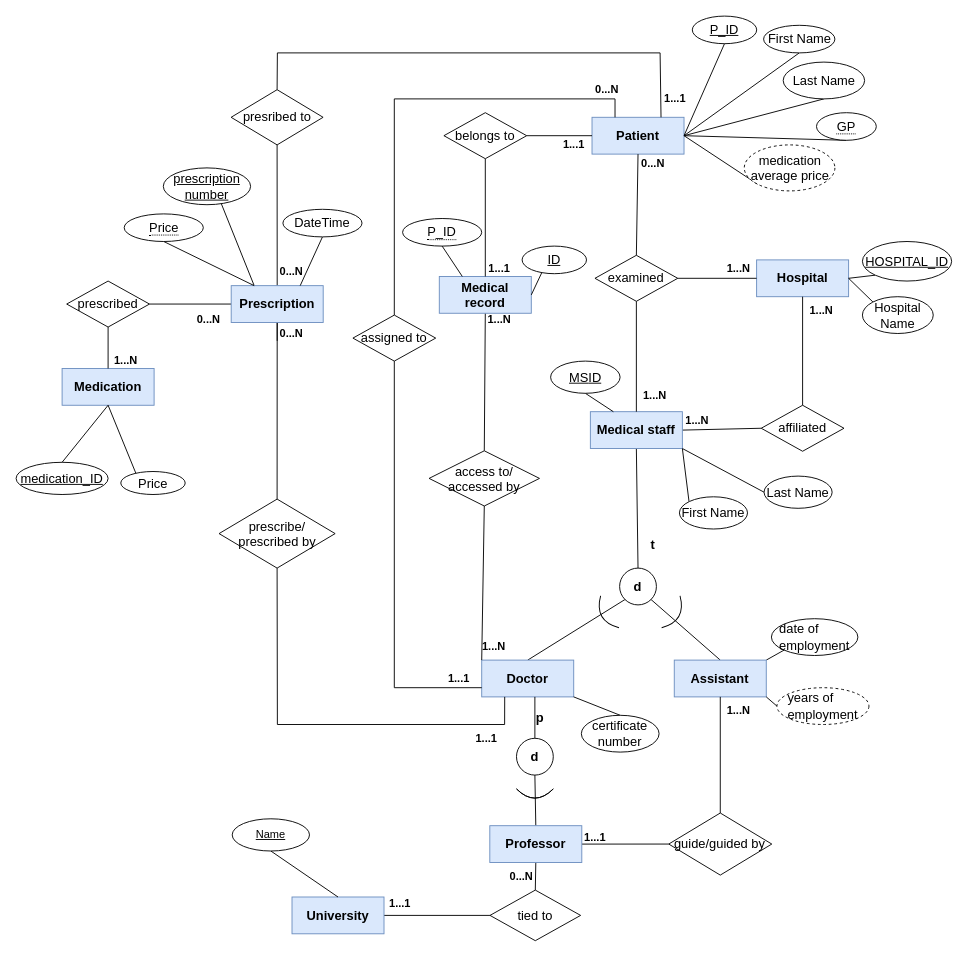
The draw.io diagram Untitled Diagram.drawio in fragolaTJ/TTtrak, before the edit. Source tidied: cells renumbered, new cells numbered last; positions are measured from the earlier drawing's top-left corner, leaving out a move shared by most shapes. Both pictures are drawn from the tidied source at 92%, with x=0, y=0 at pixel (16, 16).
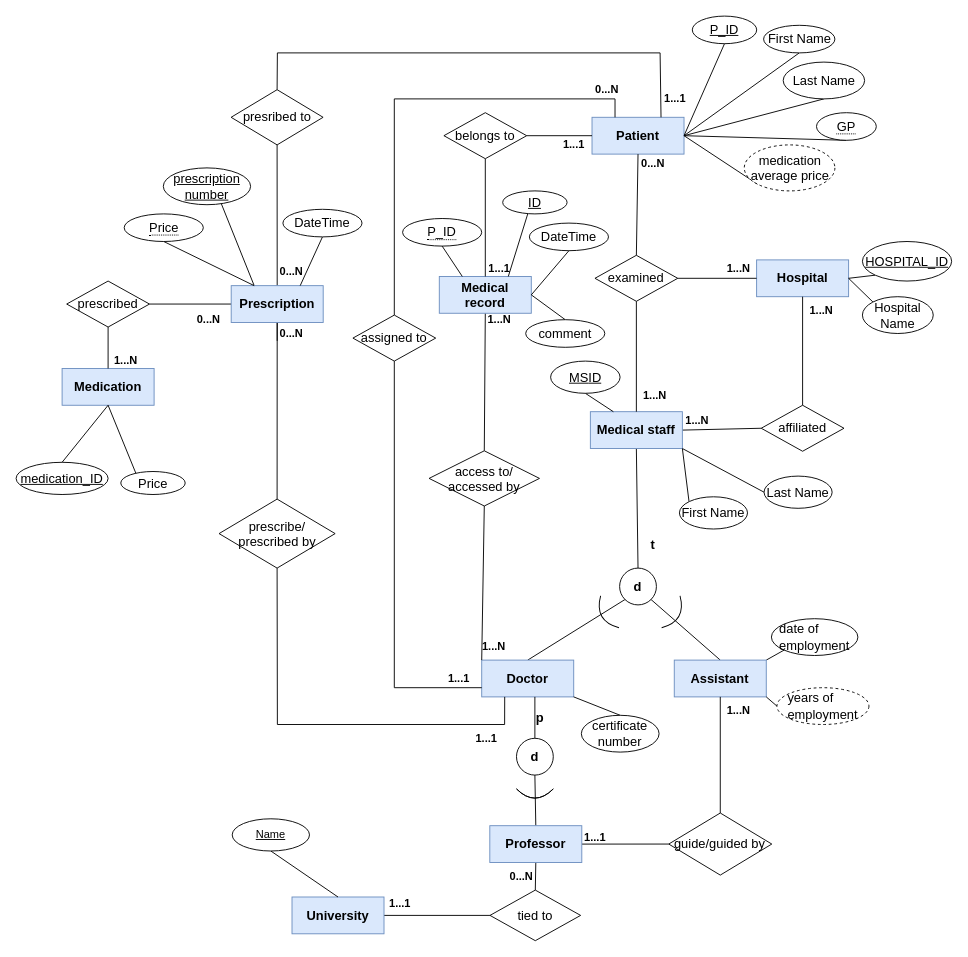
After the change.

The change refers to these unchanged cells:
```xml
<mxCell id="30" value="&lt;b&gt;&lt;font style=&quot;font-size: 14px;&quot;&gt;Medical record&lt;/font&gt;&lt;/b&gt;" style="whiteSpace=wrap;html=1;align=center;fillColor=#dae8fc;strokeColor=#6c8ebf;" parent="1" vertex="1">
  <mxGeometry x="460" y="283" width="100" height="40" as="geometry" />
</mxCell>
```

The edit, as a diff of the source:
```diff
@@
-    <mxCell id="69" style="edgeStyle=none;rounded=0;jettySize=auto;html=1;exitX=0.5;exitY=0;exitDx=0;exitDy=0;entryX=1;entryY=0.5;entryDx=0;entryDy=0;endArrow=none;endFill=0;" parent="1" edge="1" source="70" target="30">
+    <mxCell id="69" style="edgeStyle=none;rounded=0;jettySize=auto;html=1;exitX=0.5;exitY=0;exitDx=0;exitDy=0;entryX=0.75;entryY=0;entryDx=0;entryDy=0;endArrow=none;endFill=0;" parent="1" edge="1" source="70" target="30">
       <mxGeometry relative="1" as="geometry" />
     </mxCell>
     <mxCell id="70" value="&lt;div&gt;&lt;font style=&quot;font-size: 14px;&quot;&gt;ID&lt;/font&gt;&lt;/div&gt;" style="ellipse;whiteSpace=wrap;html=1;align=center;fontStyle=4;" parent="1" vertex="1">
-      <mxGeometry x="550" y="250" width="70" height="30" as="geometry" />
+      <mxGeometry x="528.9" y="190" width="70" height="25" as="geometry" />
     </mxCell>
@@
+    <mxCell id="120" style="edgeStyle=none;rounded=0;jettySize=auto;html=1;exitX=0.5;exitY=1;exitDx=0;exitDy=0;entryX=1;entryY=0.5;entryDx=0;entryDy=0;endArrow=none;endFill=0;" parent="1" edge="1" source="121" target="30">
+      <mxGeometry relative="1" as="geometry" />
+    </mxCell>
+    <mxCell id="121" value="&lt;font style=&quot;font-size: 14px;&quot;&gt;DateTime&lt;/font&gt;" style="ellipse;whiteSpace=wrap;html=1;align=center;" parent="1" vertex="1">
+      <mxGeometry x="557.9" y="225" width="86" height="30" as="geometry" />
+    </mxCell>
+    <mxCell id="122" style="edgeStyle=none;rounded=0;jettySize=auto;html=1;exitX=0.5;exitY=0;exitDx=0;exitDy=0;entryX=1;entryY=0.5;entryDx=0;entryDy=0;endArrow=none;endFill=0;" parent="1" edge="1" source="123" target="30">
+      <mxGeometry relative="1" as="geometry" />
+    </mxCell>
+    <mxCell id="123" value="&lt;font style=&quot;font-size: 14px;&quot;&gt;comment&lt;/font&gt;" style="ellipse;whiteSpace=wrap;html=1;align=center;" parent="1" vertex="1">
+      <mxGeometry x="553.9" y="330" width="86" height="30" as="geometry" />
+    </mxCell>
```
